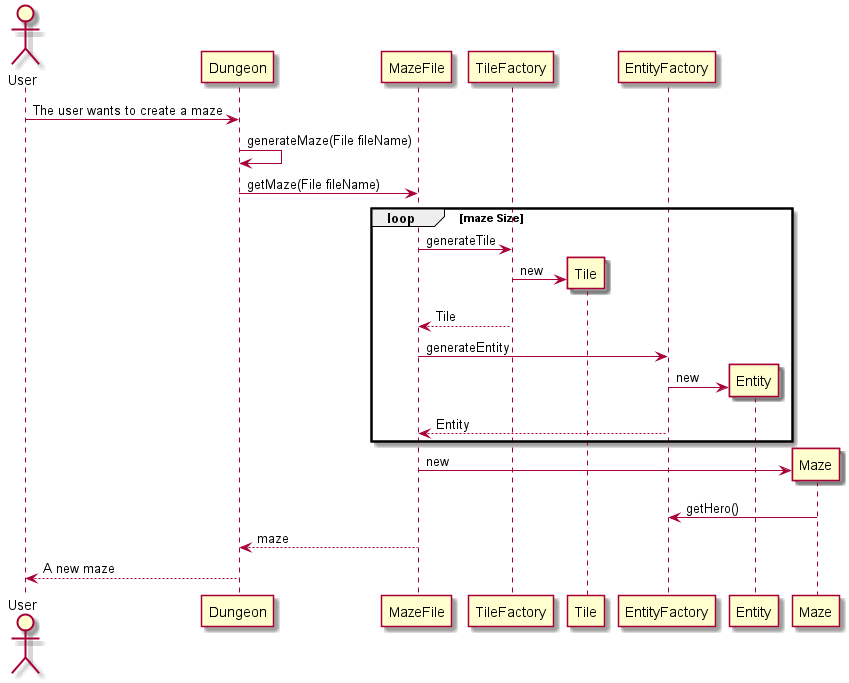
Earlier version of the PlantUML export doc/first_sprint/diagrams/sequences/GenerateMaze.png (Reynault/ACL_2019_Zelpop).
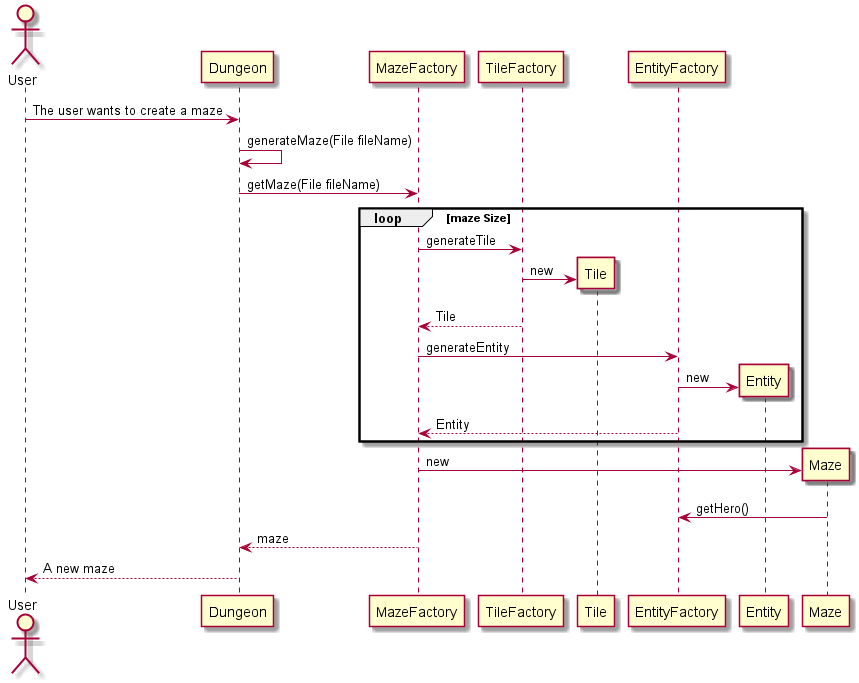
The same diagram one commit later.

What changed in the source:
```diff
@@ -2,20 +2,20 @@
 Actor User
 User -> Dungeon : The user wants to create a maze
 Dungeon -> Dungeon : generateMaze(File fileName)
-Dungeon -> MazeFile : getMaze(File fileName)
+Dungeon -> MazeFactory : getMaze(File fileName)
 Loop maze Size
-    MazeFile -> TileFactory : generateTile
+    MazeFactory -> TileFactory : generateTile
     create Tile
     TileFactory -> Tile : new
-    TileFactory --> MazeFile : Tile
-    MazeFile -> EntityFactory : generateEntity
+    TileFactory --> MazeFactory : Tile
+    MazeFactory -> EntityFactory : generateEntity
     create Entity
     EntityFactory -> Entity : new
-    EntityFactory --> MazeFile : Entity
+    EntityFactory --> MazeFactory : Entity
 end
 create Maze
-MazeFile -> Maze : new
+MazeFactory -> Maze : new
 Maze -> EntityFactory : getHero()
-MazeFile --> Dungeon : maze
+MazeFactory --> Dungeon : maze
 Dungeon --> User : A new maze
 @enduml
```
